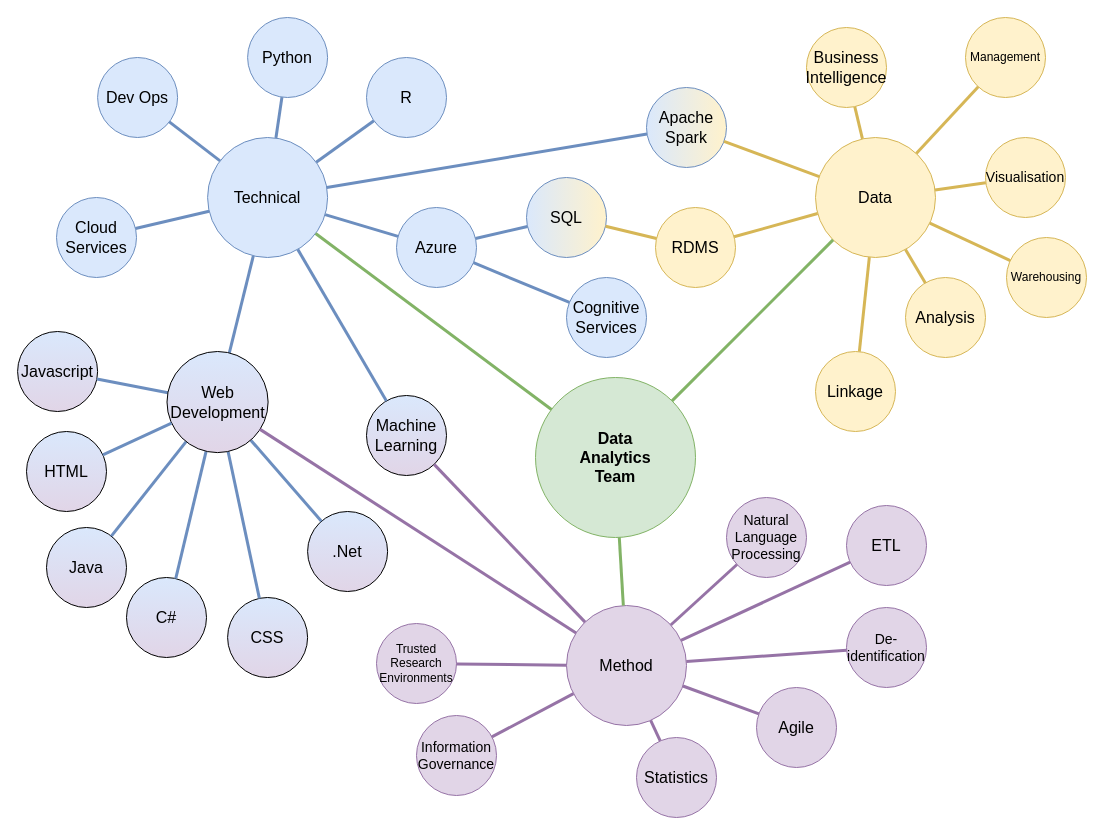
This is images/dat/dat_skills_1.drawio from LIDA-Data-Analytics-Team/laserdocs_test, a draw.io file, before an edit. Source tidied: cells renumbered, new cells numbered last; positions are measured from the earlier drawing's top-left corner, leaving out a move shared by most shapes. Both pictures are drawn from the tidied source at 100%, with x=0, y=0 at pixel (17, 17).
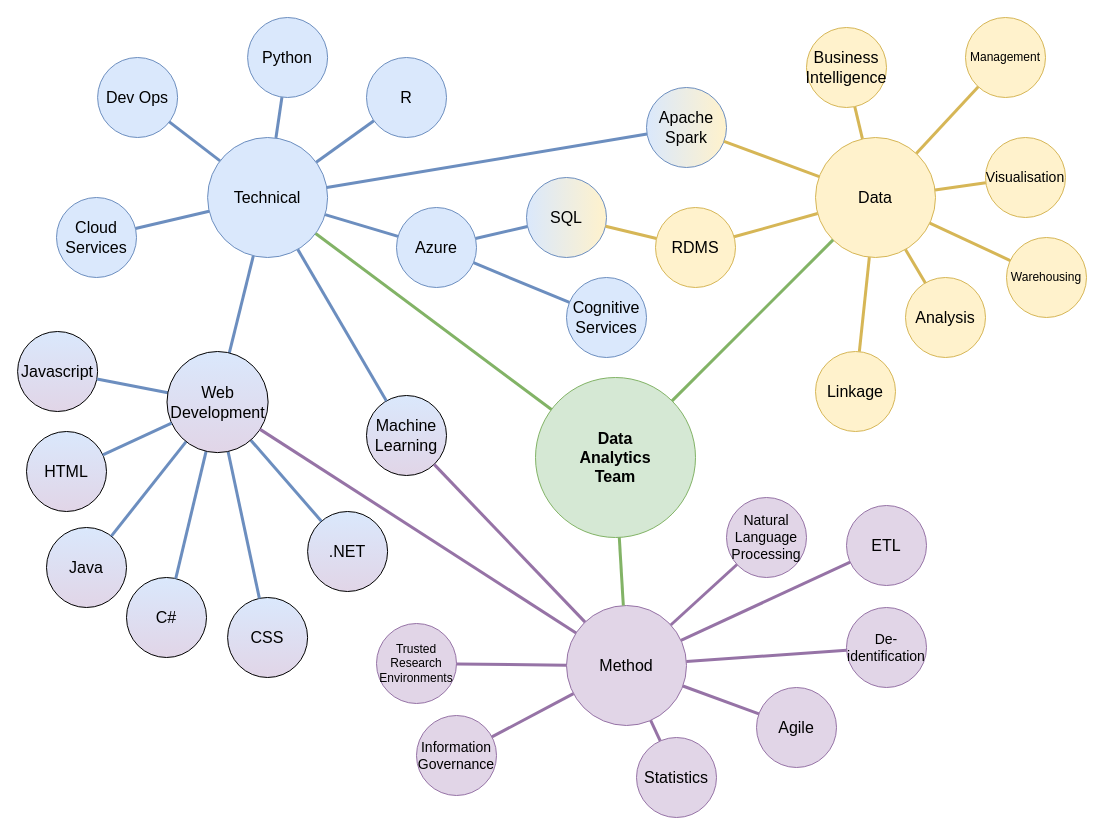
After the change.

Diff of the diagram source:
```diff
@@
-    <mxCell id="23" value=".Net" style="ellipse;whiteSpace=wrap;html=1;fillColor=#dae8fc;gradientColor=#e1d5e7;fontSize=16;" parent="1" vertex="1">
+    <mxCell id="23" value=".NET" style="ellipse;whiteSpace=wrap;html=1;fillColor=#dae8fc;gradientColor=#e1d5e7;fontSize=16;" parent="1" vertex="1">
       <mxGeometry x="290.1" y="494" width="80" height="80" as="geometry" />
     </mxCell>
```
